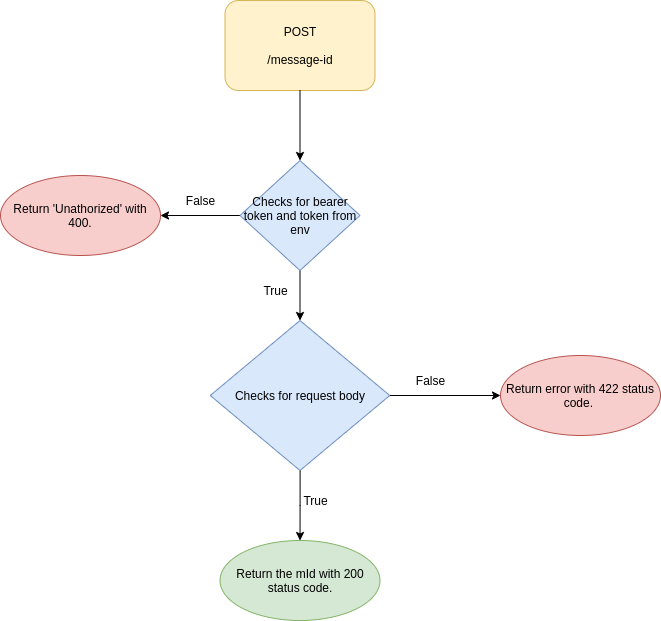
The draw.io diagram docs/API_Flow.drawio.png in asyrafjamil/dummy-microservice, before a commit. Source tidied: cells renumbered, new cells last; positions are measured from the earlier drawing's top-left corner, leaving out a move shared by most shapes. Source of this version:
```xml
<mxGraphModel background="#ffffff">
  <root>
    <mxCell id="0" />
    <mxCell id="1" parent="0" />
    <mxCell id="2" value="POST&lt;br&gt;&lt;br&gt;/message-id" style="rounded=1;whiteSpace=wrap;html=1;fillColor=#fff2cc;strokeColor=#d6b656;" parent="1" vertex="1">
      <mxGeometry x="224.5" width="150" height="90" as="geometry" />
    </mxCell>
    <mxCell id="3" style="endArrow=classic;html=1;exitX=0.5;exitY=1;exitDx=0;exitDy=0;" parent="1" edge="1" source="2">
      <mxGeometry relative="1" as="geometry">
        <mxPoint x="299.5" y="160" as="targetPoint" />
      </mxGeometry>
    </mxCell>
    <mxCell id="4" style="edgeStyle=orthogonalEdgeStyle;rounded=0;jettySize=auto;html=1;" parent="1" edge="1" source="6">
      <mxGeometry relative="1" as="geometry">
        <mxPoint x="160" y="215" as="targetPoint" />
      </mxGeometry>
    </mxCell>
    <mxCell id="5" style="edgeStyle=orthogonalEdgeStyle;rounded=0;jettySize=auto;html=1;entryX=0.5;entryY=0;entryDx=0;entryDy=0;" parent="1" edge="1" source="6">
      <mxGeometry relative="1" as="geometry">
        <mxPoint x="299.5" y="320" as="targetPoint" />
      </mxGeometry>
    </mxCell>
    <mxCell id="6" value="Checks for bearer token and token from env" style="rhombus;whiteSpace=wrap;html=1;fillColor=#dae8fc;strokeColor=#6c8ebf;" parent="1" vertex="1">
      <mxGeometry x="239.5" y="160" width="120" height="110" as="geometry" />
    </mxCell>
    <mxCell id="7" value="True" style="text;html=1;align=center;verticalAlign=middle;strokeColor=none;" parent="1" vertex="1">
      <mxGeometry x="255" y="280" width="40" height="20" as="geometry" />
    </mxCell>
    <mxCell id="8" value="Return 'Unathorized' with 400." style="ellipse;whiteSpace=wrap;html=1;fillColor=#f8cecc;strokeColor=#b85450;" parent="1" vertex="1">
      <mxGeometry y="175" width="160" height="80" as="geometry" />
    </mxCell>
    <mxCell id="9" style="edgeStyle=orthogonalEdgeStyle;rounded=0;jettySize=auto;html=1;entryX=0;entryY=0.5;entryDx=0;entryDy=0;" parent="1" edge="1" source="11" target="12">
      <mxGeometry relative="1" as="geometry" />
    </mxCell>
    <mxCell id="10" style="edgeStyle=orthogonalEdgeStyle;rounded=0;jettySize=auto;html=1;entryX=0.5;entryY=0;entryDx=0;entryDy=0;" parent="1" edge="1" source="11" target="13">
      <mxGeometry relative="1" as="geometry" />
    </mxCell>
    <mxCell id="11" value="Checks for request body" style="rhombus;whiteSpace=wrap;html=1;fillColor=#dae8fc;strokeColor=#6c8ebf;" parent="1" vertex="1">
      <mxGeometry x="209.8" y="320" width="179.5" height="150" as="geometry" />
    </mxCell>
    <mxCell id="12" value="Return error with 422 status code.&amp;nbsp;" style="ellipse;whiteSpace=wrap;html=1;fillColor=#f8cecc;strokeColor=#b85450;" parent="1" vertex="1">
      <mxGeometry x="500" y="355" width="160" height="80" as="geometry" />
    </mxCell>
    <mxCell id="13" value="Return the mId with 200 status code." style="ellipse;whiteSpace=wrap;html=1;fillColor=#d5e8d4;strokeColor=#82b366;" parent="1" vertex="1">
      <mxGeometry x="219.5" y="540" width="160" height="80" as="geometry" />
    </mxCell>
    <mxCell id="14" value="True" style="text;html=1;align=center;verticalAlign=middle;strokeColor=none;" parent="1" vertex="1">
      <mxGeometry x="295" y="490" width="40" height="20" as="geometry" />
    </mxCell>
    <mxCell id="15" value="False" style="text;html=1;align=center;verticalAlign=middle;strokeColor=none;" parent="1" vertex="1">
      <mxGeometry x="410" y="370" width="40" height="20" as="geometry" />
    </mxCell>
    <mxCell id="16" value="False" style="text;html=1;align=center;verticalAlign=middle;strokeColor=none;fillColor=none;" parent="1" vertex="1">
      <mxGeometry x="180" y="190" width="40" height="20" as="geometry" />
    </mxCell>
  </root>
</mxGraphModel>
```
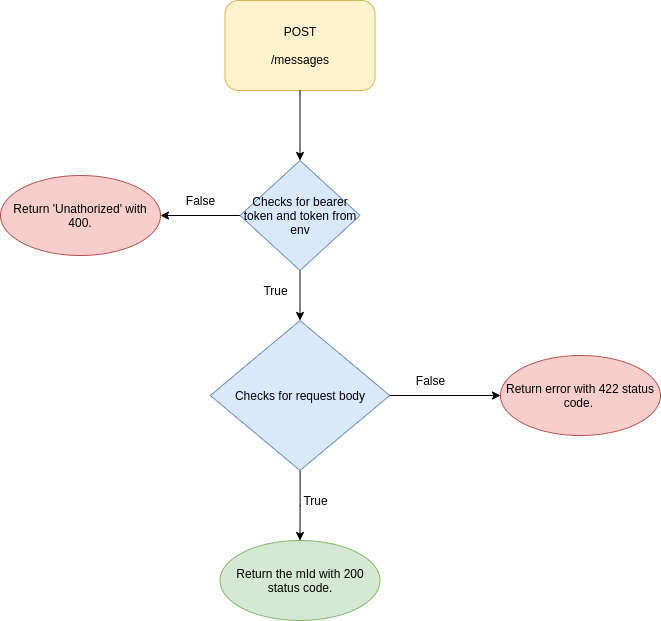
After the commit.

Commit message:
Docs: Updated the API Flow diagram

Diff of the diagram source:
```diff
@@ -2,7 +2,7 @@
   <root>
     <mxCell id="0" />
     <mxCell id="1" parent="0" />
-    <mxCell id="2" value="POST&lt;br&gt;&lt;br&gt;/message-id" style="rounded=1;whiteSpace=wrap;html=1;fillColor=#fff2cc;strokeColor=#d6b656;" parent="1" vertex="1">
+    <mxCell id="2" value="POST&lt;br&gt;&lt;br&gt;/messages" style="rounded=1;whiteSpace=wrap;html=1;fillColor=#fff2cc;strokeColor=#d6b656;" parent="1" vertex="1">
       <mxGeometry x="224.5" width="150" height="90" as="geometry" />
     </mxCell>
     <mxCell id="3" style="endArrow=classic;html=1;exitX=0.5;exitY=1;exitDx=0;exitDy=0;" parent="1" edge="1" source="2">
```
